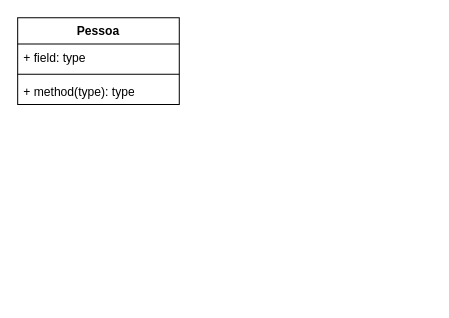
Before: docs/modelagem/diagramas/classes.dio in rafaelreis8000/Comanda-Digital, a draw.io diagram. Source tidied: cells renumbered, new cells numbered last; positions are measured from the earlier drawing's top-left corner, leaving out a move shared by most shapes. Both pictures are drawn from the tidied source at 101%, with x=0, y=0 at pixel (17, 17).
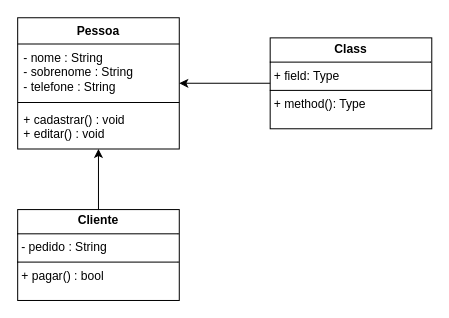
The same page after the edit.

Commit message (it also covers changes not shown here):
Início dos DORs e DODs

What changed in the source:
```diff
@@
 <mxGraphModel>
   <root>
     <mxCell id="0" />
     <mxCell id="1" parent="0" />
     <mxCell id="2" value="Pessoa" style="swimlane;fontStyle=1;align=center;verticalAlign=top;horizontal=1;startSize=26;whiteSpace=wrap;html=1;" parent="1" vertex="1">
-      <mxGeometry width="160" height="86" as="geometry" />
+      <mxGeometry width="160" height="130" as="geometry" />
     </mxCell>
-    <mxCell id="3" value="+ field: type" style="text;strokeColor=none;fillColor=none;align=left;verticalAlign=top;spacingLeft=4;spacingRight=4;overflow=hidden;points=[[0,0.5],[1,0.5]];portConstraint=eastwest;whiteSpace=wrap;html=1;" parent="2" vertex="1">
-      <mxGeometry y="26" width="160" height="26" as="geometry" />
+    <mxCell id="3" value="- nome : String&lt;br&gt;&lt;div&gt;- sobrenome : String&lt;/div&gt;&lt;div&gt;- telefone : String&lt;/div&gt;" style="text;strokeColor=none;fillColor=none;align=left;verticalAlign=top;spacingLeft=4;spacingRight=4;overflow=hidden;points=[[0,0.5],[1,0.5]];portConstraint=eastwest;whiteSpace=wrap;html=1;" parent="2" vertex="1">
+      <mxGeometry y="26" width="160" height="54" as="geometry" />
     </mxCell>
     <mxCell id="4" style="line;strokeWidth=1;fillColor=none;align=left;verticalAlign=middle;spacingTop=-1;spacingLeft=3;spacingRight=3;labelPosition=right;strokeColor=inherit;" parent="2" vertex="1">
-      <mxGeometry y="52" width="160" height="8" as="geometry" />
+      <mxGeometry y="80" width="160" height="8" as="geometry" />
     </mxCell>
-    <mxCell id="5" value="+ method(type): type" style="text;strokeColor=none;fillColor=none;align=left;verticalAlign=top;spacingLeft=4;spacingRight=4;overflow=hidden;points=[[0,0.5],[1,0.5]];portConstraint=eastwest;whiteSpace=wrap;html=1;" parent="2" vertex="1">
-      <mxGeometry y="60" width="160" height="26" as="geometry" />
+    <mxCell id="5" value="+ cadastrar() : void&lt;div&gt;+ editar() : void&lt;/div&gt;" style="text;strokeColor=none;fillColor=none;align=left;verticalAlign=top;spacingLeft=4;spacingRight=4;overflow=hidden;points=[[0,0.5],[1,0.5]];portConstraint=eastwest;whiteSpace=wrap;html=1;" parent="2" vertex="1">
+      <mxGeometry y="88" width="160" height="42" as="geometry" />
     </mxCell>
+    <mxCell id="6" style="edgeStyle=none;html=1;" parent="1" edge="1" source="7" target="5">
+      <mxGeometry relative="1" as="geometry" />
+    </mxCell>
+    <mxCell id="7" value="&lt;p style=&quot;margin:0px;margin-top:4px;text-align:center;&quot;&gt;&lt;b&gt;Cliente&lt;/b&gt;&lt;/p&gt;&lt;hr size=&quot;1&quot; style=&quot;border-style:solid;&quot;&gt;&lt;p style=&quot;margin:0px;margin-left:4px;&quot;&gt;- pedido : String&lt;/p&gt;&lt;hr size=&quot;1&quot; style=&quot;border-style:solid;&quot;&gt;&lt;p style=&quot;margin:0px;margin-left:4px;&quot;&gt;+ pagar() : bool&lt;/p&gt;" style="verticalAlign=top;align=left;overflow=fill;html=1;whiteSpace=wrap;" parent="1" vertex="1">
+      <mxGeometry y="190" width="160" height="90" as="geometry" />
+    </mxCell>
+    <mxCell id="8" value="&lt;p style=&quot;margin:0px;margin-top:4px;text-align:center;&quot;&gt;&lt;b&gt;Class&lt;/b&gt;&lt;/p&gt;&lt;hr size=&quot;1&quot; style=&quot;border-style:solid;&quot;/&gt;&lt;p style=&quot;margin:0px;margin-left:4px;&quot;&gt;+ field: Type&lt;/p&gt;&lt;hr size=&quot;1&quot; style=&quot;border-style:solid;&quot;/&gt;&lt;p style=&quot;margin:0px;margin-left:4px;&quot;&gt;+ method(): Type&lt;/p&gt;" style="verticalAlign=top;align=left;overflow=fill;html=1;whiteSpace=wrap;" parent="1" vertex="1">
+      <mxGeometry x="250" y="20" width="160" height="90" as="geometry" />
+    </mxCell>
+    <mxCell id="9" style="edgeStyle=none;html=1;entryX=1;entryY=0.722;entryDx=0;entryDy=0;entryPerimeter=0;" parent="1" edge="1" source="8" target="3">
+      <mxGeometry relative="1" as="geometry" />
+    </mxCell>
   </root>
 </mxGraphModel>
```
